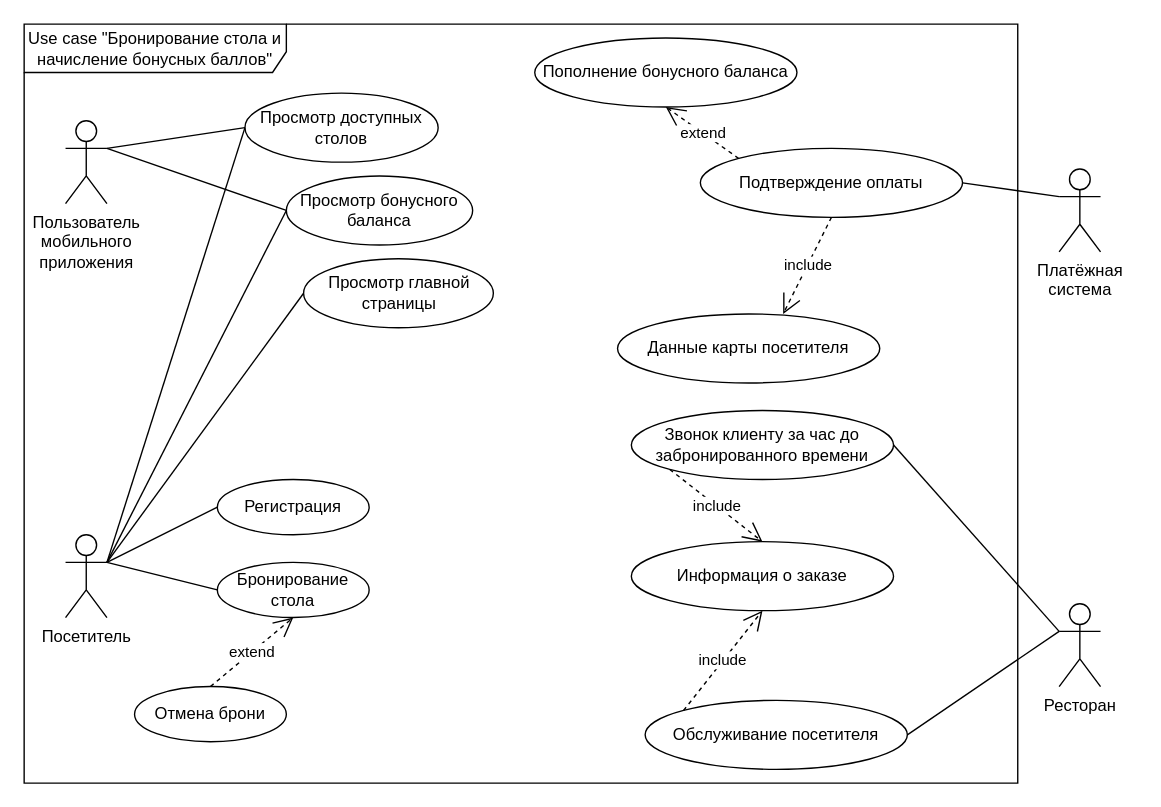
This is page "Страница — 1" (1 of 2) of Диаграмма вариантов.drawio from Crecker24/kursach, a draw.io file, before an edit. Source tidied: cells renumbered, new cells numbered last; positions are measured from the earlier drawing's top-left corner, leaving out a move shared by most shapes. Both pictures are drawn from the tidied source at 138%, with x=0, y=0 at pixel (23, 23).
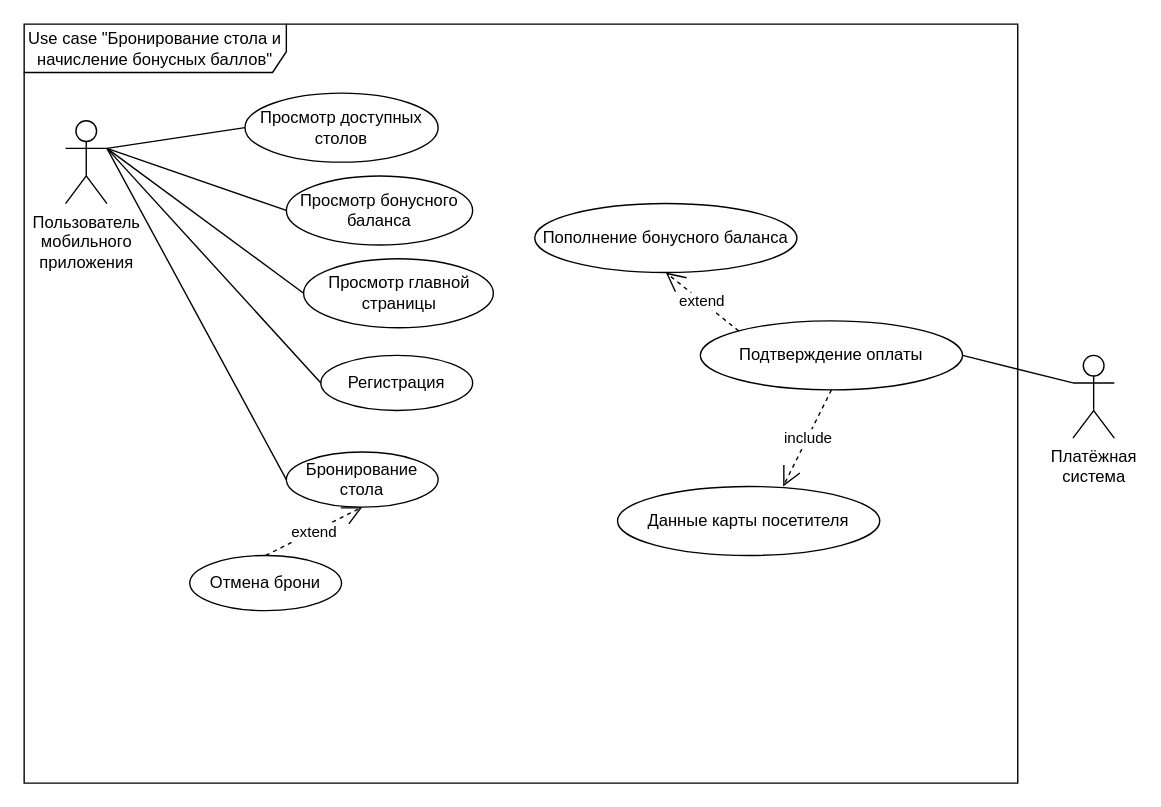
The same diagram, later.

The change refers to these unchanged cells:
```xml
<mxCell id="4" value="Пользователь&lt;div&gt;мобильного&lt;/div&gt;&lt;div&gt;приложения&lt;/div&gt;" style="shape=umlActor;verticalLabelPosition=bottom;verticalAlign=top;html=1;outlineConnect=0;" parent="1" vertex="1">
  <mxGeometry x="30" y="70" width="30" height="60" as="geometry" />
</mxCell>
<mxCell id="11" value="Просмотр доступных столов" style="ellipse;whiteSpace=wrap;html=1;" parent="1" vertex="1">
  <mxGeometry x="160" y="50" width="140" height="50" as="geometry" />
</mxCell>
<mxCell id="12" value="Просмотр бонусного баланса" style="ellipse;whiteSpace=wrap;html=1;" parent="1" vertex="1">
  <mxGeometry x="190" y="110" width="135" height="50" as="geometry" />
</mxCell>
<mxCell id="13" value="Просмотр главной страницы" style="ellipse;whiteSpace=wrap;html=1;" parent="1" vertex="1">
  <mxGeometry x="202.5" y="170" width="137.5" height="50" as="geometry" />
</mxCell>
```

Change to the diagram source:
```diff
@@
-    <mxCell id="3" value="Посетитель" style="shape=umlActor;verticalLabelPosition=bottom;verticalAlign=top;html=1;outlineConnect=0;" parent="1" vertex="1">
-      <mxGeometry x="30" y="370" width="30" height="60" as="geometry" />
-    </mxCell>
@@
-    <mxCell id="5" style="endArrow=none;html=1;rounded=0;exitX=1;exitY=0.3333333333333333;exitDx=0;exitDy=0;exitPerimeter=0;entryX=0;entryY=0.5;entryDx=0;entryDy=0;" parent="1" edge="1" source="3" target="6">
-      <mxGeometry relative="1" as="geometry" />
-    </mxCell>
     <mxCell id="6" value="Регистрация" style="ellipse;whiteSpace=wrap;html=1;" parent="1" vertex="1">
-      <mxGeometry x="140" y="330" width="110" height="40" as="geometry" />
+      <mxGeometry x="215" y="240" width="110" height="40" as="geometry" />
     </mxCell>
     <mxCell id="7" value="Бронирование стола" style="ellipse;whiteSpace=wrap;html=1;" parent="1" vertex="1">
-      <mxGeometry x="140" y="390" width="110" height="40" as="geometry" />
+      <mxGeometry x="190" y="310" width="110" height="40" as="geometry" />
     </mxCell>
-    <mxCell id="8" style="endArrow=none;html=1;rounded=0;exitX=1;exitY=0.3333333333333333;exitDx=0;exitDy=0;exitPerimeter=0;entryX=0;entryY=0.5;entryDx=0;entryDy=0;" parent="1" edge="1" source="3" target="7">
-      <mxGeometry relative="1" as="geometry" />
-    </mxCell>
     <mxCell id="9" value="Отмена брони" style="ellipse;whiteSpace=wrap;html=1;" parent="1" vertex="1">
-      <mxGeometry x="80" y="480" width="110" height="40" as="geometry" />
+      <mxGeometry x="120" y="385" width="110" height="40" as="geometry" />
     </mxCell>
@@
-    <mxCell id="14" style="endArrow=none;html=1;rounded=0;exitX=1;exitY=0.3333333333333333;exitDx=0;exitDy=0;exitPerimeter=0;entryX=0;entryY=0.5;entryDx=0;entryDy=0;" parent="1" edge="1" source="3" target="13">
-      <mxGeometry relative="1" as="geometry" />
-    </mxCell>
-    <mxCell id="15" style="endArrow=none;html=1;rounded=0;exitX=1;exitY=0.3333333333333333;exitDx=0;exitDy=0;exitPerimeter=0;entryX=0;entryY=0.5;entryDx=0;entryDy=0;" parent="1" edge="1" source="3" target="12">
-      <mxGeometry relative="1" as="geometry" />
-    </mxCell>
-    <mxCell id="16" style="endArrow=none;html=1;rounded=0;entryX=0;entryY=0.5;entryDx=0;entryDy=0;" parent="1" edge="1" target="11">
-      <mxGeometry relative="1" as="geometry">
-        <mxPoint x="60" y="390" as="sourcePoint" />
-      </mxGeometry>
-    </mxCell>
@@
     <mxCell id="19" value="Платёжная&lt;div&gt;система&lt;/div&gt;" style="shape=umlActor;verticalLabelPosition=bottom;verticalAlign=top;html=1;outlineConnect=0;" parent="1" vertex="1">
-      <mxGeometry x="750" y="105" width="30" height="60" as="geometry" />
+      <mxGeometry x="760" y="240" width="30" height="60" as="geometry" />
     </mxCell>
@@
     <mxCell id="21" value="Подтверждение оплаты" style="ellipse;whiteSpace=wrap;html=1;" parent="1" vertex="1">
-      <mxGeometry x="490" y="90" width="190" height="50" as="geometry" />
+      <mxGeometry x="490" y="215" width="190" height="50" as="geometry" />
     </mxCell>
     <mxCell id="22" value="include" style="endArrow=open;endSize=12;dashed=1;html=1;rounded=0;exitX=0.5;exitY=1;exitDx=0;exitDy=0;entryX=0.5;entryY=1;entryDx=0;entryDy=0;" parent="1" edge="1" source="21">
       <mxGeometry relative="1" as="geometry">
-        <mxPoint x="550" y="210" as="targetPoint" />
+        <mxPoint x="550" y="335" as="targetPoint" />
       </mxGeometry>
     </mxCell>
     <mxCell id="23" value="Данные карты посетителя" style="ellipse;whiteSpace=wrap;html=1;" parent="1" vertex="1">
-      <mxGeometry x="430" y="210" width="190" height="50" as="geometry" />
+      <mxGeometry x="430" y="335" width="190" height="50" as="geometry" />
     </mxCell>
-    <mxCell id="24" value="Ресторан" style="shape=umlActor;verticalLabelPosition=bottom;verticalAlign=top;html=1;outlineConnect=0;" parent="1" vertex="1">
-      <mxGeometry x="750" y="420" width="30" height="60" as="geometry" />
-    </mxCell>
-    <mxCell id="25" value="Звонок клиенту за час до забронированного времени" style="ellipse;whiteSpace=wrap;html=1;" parent="1" vertex="1">
-      <mxGeometry x="440" y="280" width="190" height="50" as="geometry" />
-    </mxCell>
-    <mxCell id="26" style="endArrow=none;html=1;rounded=0;entryX=0;entryY=0.3333333333333333;entryDx=0;entryDy=0;entryPerimeter=0;exitX=1;exitY=0.5;exitDx=0;exitDy=0;" parent="1" edge="1" source="25" target="24">
-      <mxGeometry relative="1" as="geometry" />
-    </mxCell>
-    <mxCell id="27" value="Обслуживание посетителя" style="ellipse;whiteSpace=wrap;html=1;" parent="1" vertex="1">
-      <mxGeometry x="450" y="490" width="190" height="50" as="geometry" />
-    </mxCell>
-    <mxCell id="28" style="endArrow=none;html=1;rounded=0;exitX=1;exitY=0.5;exitDx=0;exitDy=0;" parent="1" edge="1" source="27">
-      <mxGeometry relative="1" as="geometry">
-        <mxPoint x="750" y="440" as="targetPoint" />
-      </mxGeometry>
-    </mxCell>
-    <mxCell id="29" value="Информация о заказе" style="ellipse;whiteSpace=wrap;html=1;" parent="1" vertex="1">
-      <mxGeometry x="440" y="375" width="190" height="50" as="geometry" />
-    </mxCell>
-    <mxCell id="30" value="include" style="endArrow=open;endSize=12;dashed=1;html=1;rounded=0;exitX=0;exitY=0;exitDx=0;exitDy=0;entryX=0.5;entryY=1;entryDx=0;entryDy=0;" parent="1" edge="1" source="27" target="29">
-      <mxGeometry relative="1" as="geometry" />
-    </mxCell>
-    <mxCell id="31" value="include" style="endArrow=open;endSize=12;dashed=1;html=1;rounded=0;exitX=0;exitY=1;exitDx=0;exitDy=0;entryX=0.5;entryY=0;entryDx=0;entryDy=0;" parent="1" edge="1" source="25" target="29">
-      <mxGeometry relative="1" as="geometry" />
-    </mxCell>
@@
     <mxCell id="33" value="Пополнение бонусного баланса" style="ellipse;whiteSpace=wrap;html=1;" parent="1" vertex="1">
-      <mxGeometry x="370" y="10" width="190" height="50" as="geometry" />
+      <mxGeometry x="370" y="130" width="190" height="50" as="geometry" />
     </mxCell>
+    <mxCell id="34" style="endArrow=none;html=1;rounded=0;entryX=0;entryY=0.5;entryDx=0;entryDy=0;exitX=1;exitY=0.3333333333333333;exitDx=0;exitDy=0;exitPerimeter=0;" parent="1" edge="1" source="4" target="13">
+      <mxGeometry relative="1" as="geometry" />
+    </mxCell>
+    <mxCell id="35" style="endArrow=none;html=1;rounded=0;entryX=0;entryY=0.5;entryDx=0;entryDy=0;" parent="1" edge="1" target="6">
+      <mxGeometry relative="1" as="geometry">
+        <mxPoint x="60" y="90" as="sourcePoint" />
+      </mxGeometry>
+    </mxCell>
+    <mxCell id="36" style="endArrow=none;html=1;rounded=0;entryX=0;entryY=0.5;entryDx=0;entryDy=0;" parent="1" edge="1" target="7">
+      <mxGeometry relative="1" as="geometry">
+        <mxPoint x="60" y="90" as="sourcePoint" />
+      </mxGeometry>
+    </mxCell>
```
